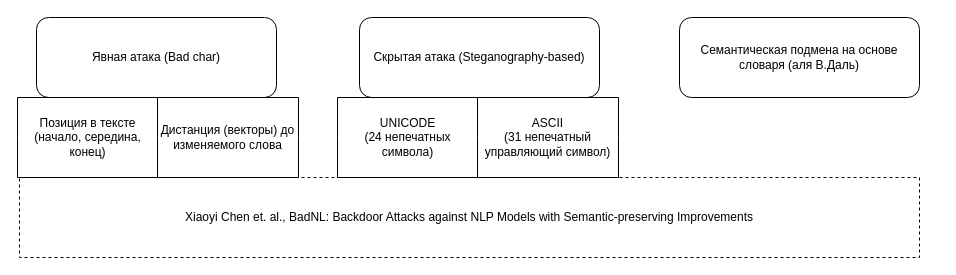
Before: BDResearch.drawio in qTemiO/BDResearch, a draw.io diagram. Source tidied: cells renumbered, new cells numbered last; positions are measured from the earlier drawing's top-left corner, leaving out a move shared by most shapes. Both pictures are drawn from the tidied source at 100%, with x=0, y=0 at pixel (17, 17).
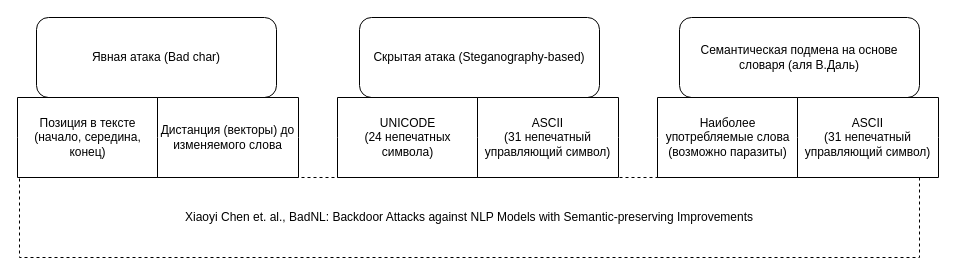
The same diagram, later.

Change to the diagram source:
```diff
@@
 <mxGraphModel>
   <root>
     <mxCell id="0" />
     <mxCell id="1" parent="0" />
     <mxCell id="2" value="Скрытая атака (Steganography-based)" style="rounded=1;whiteSpace=wrap;html=1;" parent="1" vertex="1">
       <mxGeometry x="342" width="240" height="80" as="geometry" />
     </mxCell>
     <mxCell id="3" value="Xiaoyi Chen et. al.,&amp;nbsp;BadNL: Backdoor Attacks against NLP Models with Semantic-preserving Improvements" style="text;html=1;strokeColor=default;fillColor=none;align=center;verticalAlign=middle;whiteSpace=wrap;rounded=0;dashed=1;" parent="1" vertex="1">
       <mxGeometry x="2" y="160" width="900" height="80" as="geometry" />
     </mxCell>
     <mxCell id="4" value="Явная атака (Bad char)" style="rounded=1;whiteSpace=wrap;html=1;" parent="1" vertex="1">
       <mxGeometry x="19" width="240" height="80" as="geometry" />
     </mxCell>
     <mxCell id="5" value="Позиция в тексте&lt;br&gt;(начало, середина, конец)" style="shape=hexagon;perimeter=hexagonPerimeter2;whiteSpace=wrap;html=1;fixedSize=1;size=-40;" parent="1" vertex="1">
       <mxGeometry y="80" width="141" height="80" as="geometry" />
     </mxCell>
     <mxCell id="6" value="Дистанция (векторы) до изменяемого слова" style="shape=hexagon;perimeter=hexagonPerimeter2;whiteSpace=wrap;html=1;fixedSize=1;size=-30;" parent="1" vertex="1">
       <mxGeometry x="140" y="80" width="141" height="80" as="geometry" />
     </mxCell>
     <mxCell id="7" value="Семантическая подмена на основе словаря (аля В.Даль)" style="rounded=1;whiteSpace=wrap;html=1;" parent="1" vertex="1">
       <mxGeometry x="662" width="240" height="80" as="geometry" />
     </mxCell>
     <mxCell id="8" value="UNICODE&lt;br&gt;(24 непечатных символа)" style="shape=hexagon;perimeter=hexagonPerimeter2;whiteSpace=wrap;html=1;fixedSize=1;size=-40;" parent="1" vertex="1">
       <mxGeometry x="320" y="80" width="141" height="80" as="geometry" />
     </mxCell>
     <mxCell id="9" value="ASCII&lt;br&gt;(31 непечатный управляющий символ)" style="shape=hexagon;perimeter=hexagonPerimeter2;whiteSpace=wrap;html=1;fixedSize=1;size=-30;" parent="1" vertex="1">
       <mxGeometry x="460" y="80" width="141" height="80" as="geometry" />
     </mxCell>
+    <mxCell id="10" value="Наиболее употребляемые слова&lt;br&gt;(возможно паразиты)" style="shape=hexagon;perimeter=hexagonPerimeter2;whiteSpace=wrap;html=1;fixedSize=1;size=-40;" parent="1" vertex="1">
+      <mxGeometry x="640" y="80" width="141" height="80" as="geometry" />
+    </mxCell>
+    <mxCell id="11" value="ASCII&lt;br&gt;(31 непечатный управляющий символ)" style="shape=hexagon;perimeter=hexagonPerimeter2;whiteSpace=wrap;html=1;fixedSize=1;size=-30;" parent="1" vertex="1">
+      <mxGeometry x="780" y="80" width="141" height="80" as="geometry" />
+    </mxCell>
   </root>
 </mxGraphModel>
```
